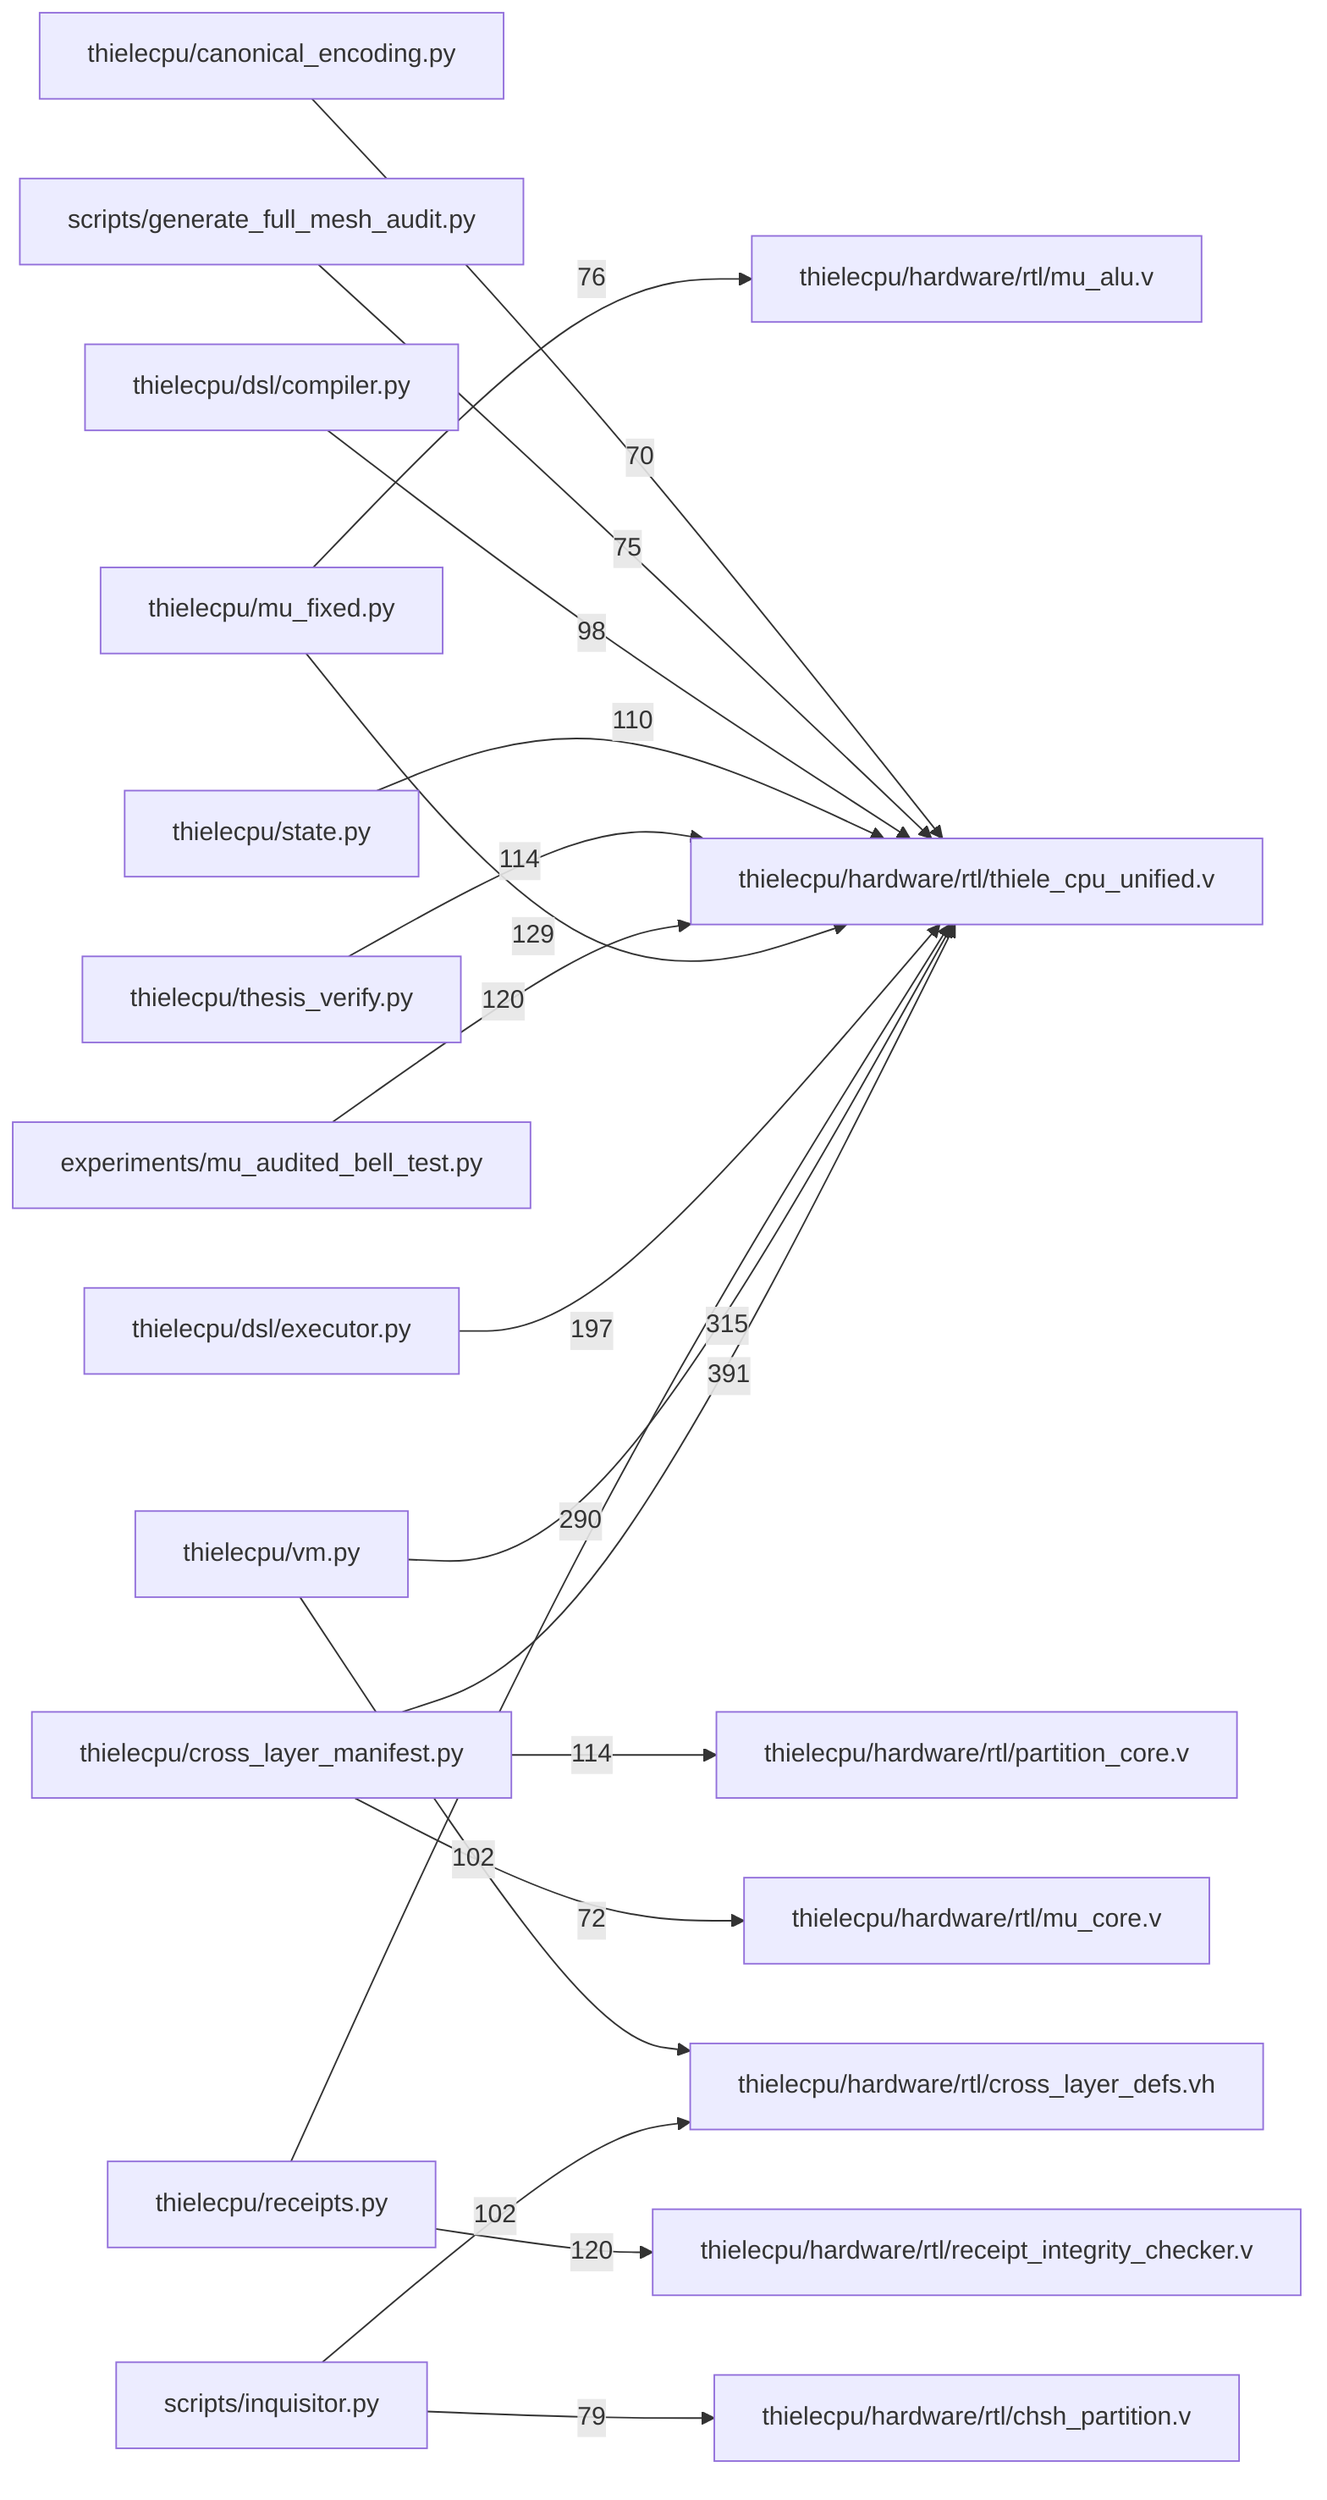
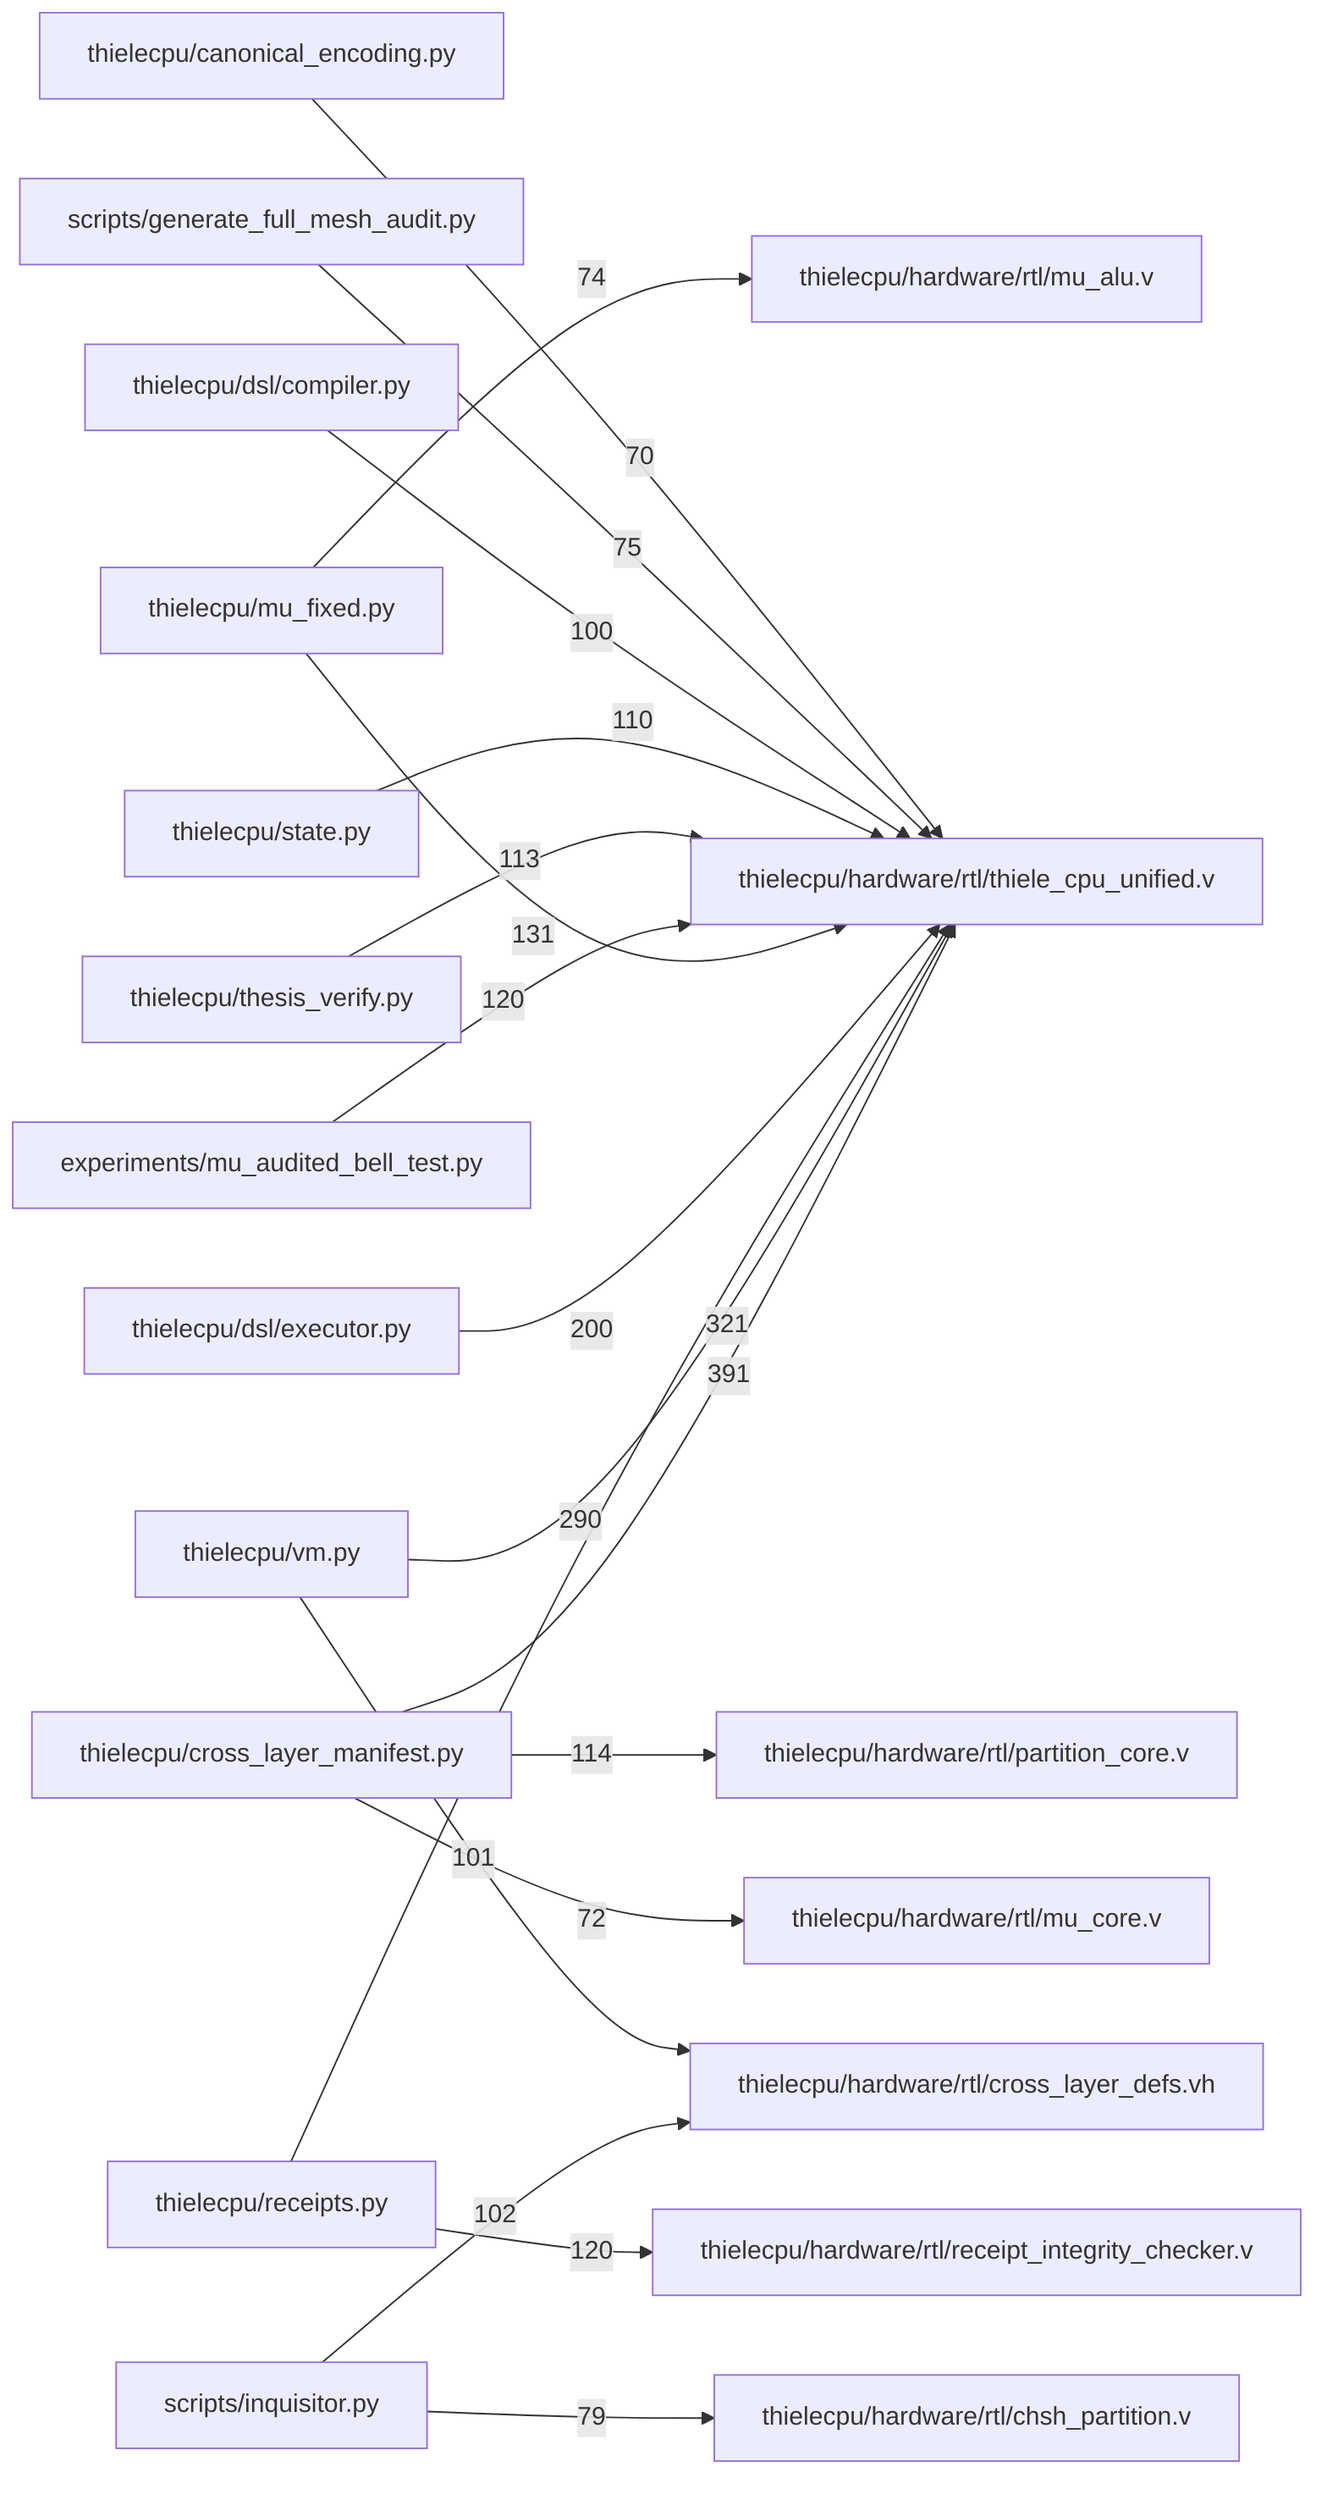
flowchart LR
  X1["thielecpu/cross_layer_manifest.py"]
  X2["thielecpu/hardware/rtl/thiele_cpu_unified.v"]
  X1 -->|391| X2
  X3["thielecpu/vm.py"]
  X2["thielecpu/hardware/rtl/thiele_cpu_unified.v"]
-   X3 -->|315| X2
+   X3 -->|321| X2
  X4["thielecpu/receipts.py"]
  X2["thielecpu/hardware/rtl/thiele_cpu_unified.v"]
  X4 -->|290| X2
  X5["thielecpu/dsl/executor.py"]
  X2["thielecpu/hardware/rtl/thiele_cpu_unified.v"]
-   X5 -->|197| X2
+   X5 -->|200| X2
  X6["thielecpu/mu_fixed.py"]
  X2["thielecpu/hardware/rtl/thiele_cpu_unified.v"]
-   X6 -->|129| X2
+   X6 -->|131| X2
  X7["experiments/mu_audited_bell_test.py"]
  X2["thielecpu/hardware/rtl/thiele_cpu_unified.v"]
  X7 -->|120| X2
  X4["thielecpu/receipts.py"]
  X8["thielecpu/hardware/rtl/receipt_integrity_checker.v"]
  X4 -->|120| X8
  X1["thielecpu/cross_layer_manifest.py"]
  X9["thielecpu/hardware/rtl/partition_core.v"]
  X1 -->|114| X9
  X10["thielecpu/thesis_verify.py"]
  X2["thielecpu/hardware/rtl/thiele_cpu_unified.v"]
-   X10 -->|114| X2
+   X10 -->|113| X2
  X11["thielecpu/state.py"]
  X2["thielecpu/hardware/rtl/thiele_cpu_unified.v"]
  X11 -->|110| X2
  X12["scripts/inquisitor.py"]
  X13["thielecpu/hardware/rtl/cross_layer_defs.vh"]
  X12 -->|102| X13
  X3["thielecpu/vm.py"]
  X13["thielecpu/hardware/rtl/cross_layer_defs.vh"]
-   X3 -->|102| X13
+   X3 -->|101| X13
  X14["thielecpu/dsl/compiler.py"]
  X2["thielecpu/hardware/rtl/thiele_cpu_unified.v"]
-   X14 -->|98| X2
+   X14 -->|100| X2
  X12["scripts/inquisitor.py"]
  X15["thielecpu/hardware/rtl/chsh_partition.v"]
  X12 -->|79| X15
+   X16["scripts/generate_full_mesh_audit.py"]
+   X2["thielecpu/hardware/rtl/thiele_cpu_unified.v"]
+   X16 -->|75| X2
  X6["thielecpu/mu_fixed.py"]
-   X16["thielecpu/hardware/rtl/mu_alu.v"]
-   X6 -->|76| X16
-   X17["scripts/generate_full_mesh_audit.py"]
-   X2["thielecpu/hardware/rtl/thiele_cpu_unified.v"]
-   X17 -->|75| X2
+   X17["thielecpu/hardware/rtl/mu_alu.v"]
+   X6 -->|74| X17
  X1["thielecpu/cross_layer_manifest.py"]
  X18["thielecpu/hardware/rtl/mu_core.v"]
  X1 -->|72| X18
  X19["thielecpu/canonical_encoding.py"]
  X2["thielecpu/hardware/rtl/thiele_cpu_unified.v"]
  X19 -->|70| X2
